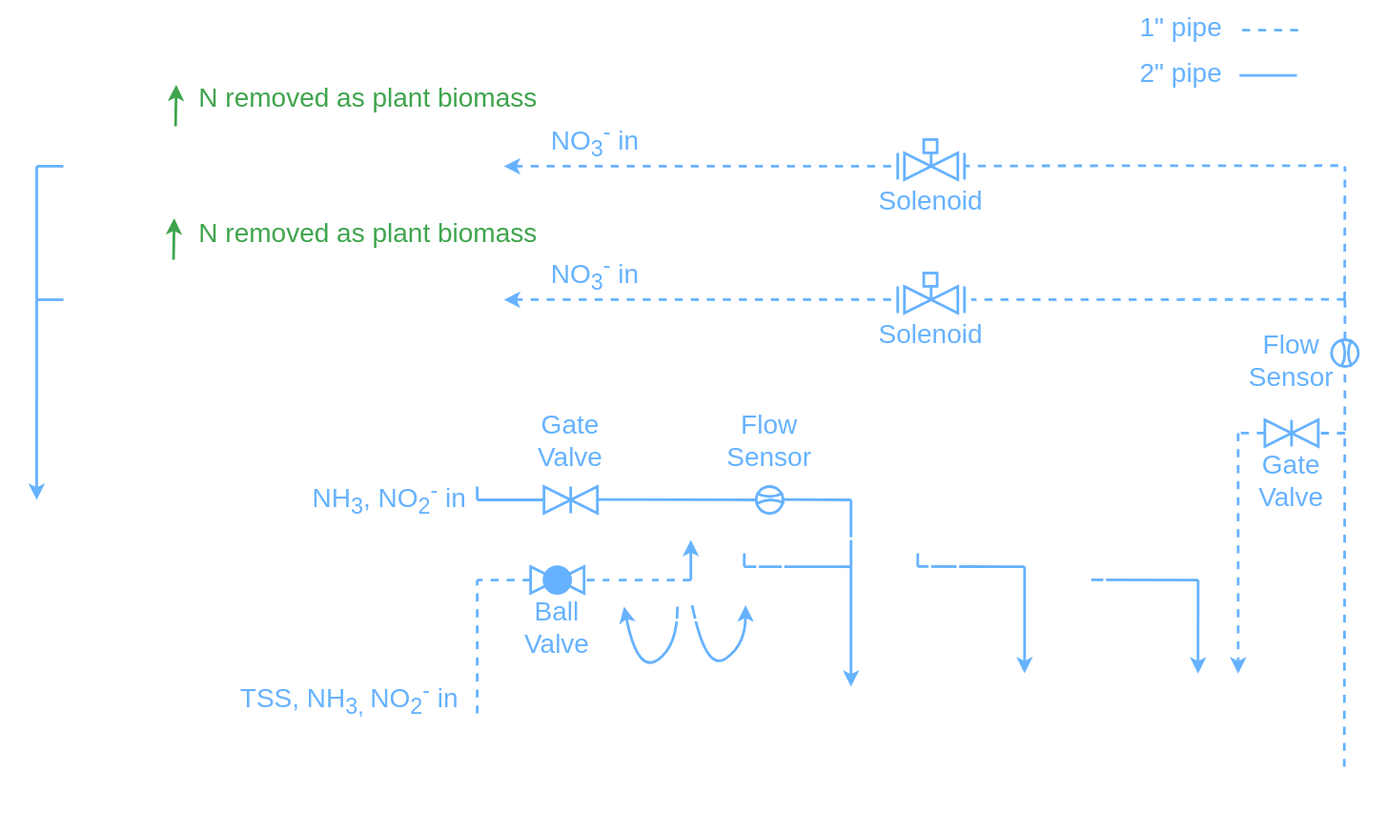
Earlier version of the draw.io export assets/images/autoaqua/plumbing_design.svg (billyen33/billyen33.Github.io). Source tidied: cells renumbered, new cells last; positions are measured from the earlier drawing's top-left corner, leaving out a move shared by most shapes.
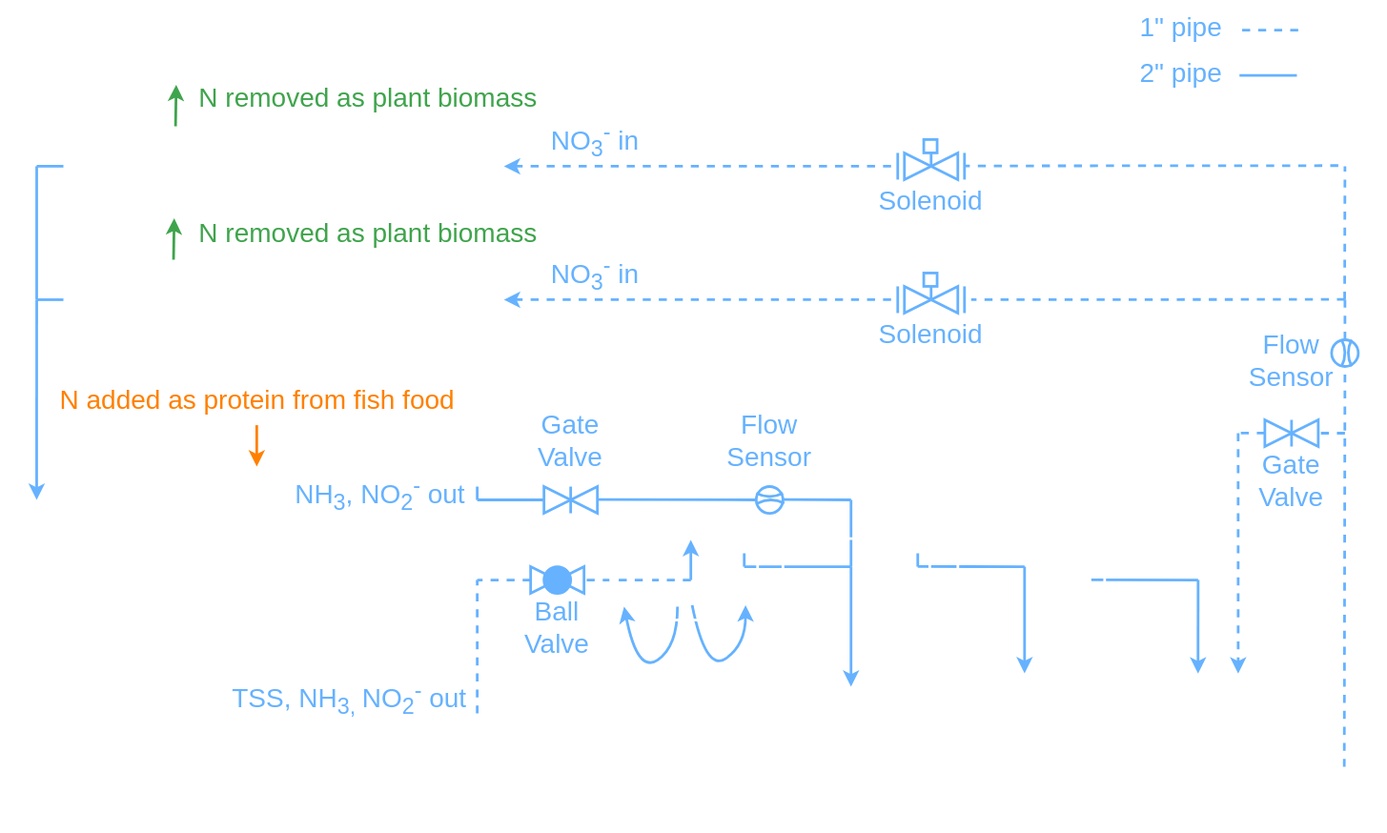
After the commit.

Commit message:
updated plumbing diagram

Diff of the diagram source:
```diff
@@ -600,11 +600,11 @@
     <mxCell id="129" style="ellipse;whiteSpace=wrap;html=1;fillStyle=cross-hatch;strokeColor=#FFFFFF;strokeWidth=2;fontSize=20;fontColor=#66B2FF;fillColor=none;" parent="1" vertex="1">
       <mxGeometry x="778" y="462.5" width="15" height="15" as="geometry" />
     </mxCell>
-    <mxCell id="130" value="&lt;font color=&quot;#66b2ff&quot; style=&quot;font-size: 20px;&quot;&gt;TSS, NH&lt;sub&gt;3,&amp;nbsp;&lt;/sub&gt;NO&lt;sub&gt;2&lt;/sub&gt;&lt;sup&gt;-&lt;/sup&gt; in&lt;/font&gt;" style="text;html=1;strokeColor=none;fillColor=none;align=center;verticalAlign=middle;whiteSpace=wrap;rounded=0;strokeWidth=9;" parent="1" vertex="1">
+    <mxCell id="130" value="&lt;font color=&quot;#66b2ff&quot; style=&quot;font-size: 20px;&quot;&gt;TSS, NH&lt;sub&gt;3,&amp;nbsp;&lt;/sub&gt;NO&lt;sub&gt;2&lt;/sub&gt;&lt;sup&gt;-&lt;/sup&gt;&amp;nbsp;out&lt;/font&gt;" style="text;html=1;strokeColor=none;fillColor=none;align=center;verticalAlign=middle;whiteSpace=wrap;rounded=0;strokeWidth=9;" parent="1" vertex="1">
       <mxGeometry x="142" y="480" width="231" height="77" as="geometry" />
     </mxCell>
-    <mxCell id="131" value="&lt;font color=&quot;#66b2ff&quot; style=&quot;font-size: 20px;&quot;&gt;NH&lt;sub&gt;3&lt;/sub&gt;, NO&lt;sub&gt;2&lt;/sub&gt;&lt;sup&gt;-&lt;/sup&gt; in&lt;/font&gt;" style="text;html=1;strokeColor=none;fillColor=none;align=center;verticalAlign=middle;whiteSpace=wrap;rounded=0;strokeWidth=9;" parent="1" vertex="1">
-      <mxGeometry x="215" y="350" width="145" height="38" as="geometry" />
+    <mxCell id="131" value="&lt;font color=&quot;#66b2ff&quot; style=&quot;font-size: 20px;&quot;&gt;NH&lt;sub&gt;3&lt;/sub&gt;, NO&lt;sub&gt;2&lt;/sub&gt;&lt;sup&gt;-&lt;/sup&gt;&amp;nbsp;out&lt;/font&gt;" style="text;html=1;strokeColor=none;fillColor=none;align=center;verticalAlign=middle;whiteSpace=wrap;rounded=0;strokeWidth=9;" parent="1" vertex="1">
+      <mxGeometry x="208" y="347" width="145" height="38" as="geometry" />
     </mxCell>
     <mxCell id="132" value="&lt;font color=&quot;#66b2ff&quot; style=&quot;font-size: 20px;&quot;&gt;NO&lt;sub&gt;3&lt;/sub&gt;&lt;sup&gt;-&lt;/sup&gt; in&lt;/font&gt;" style="text;html=1;strokeColor=none;fillColor=none;align=center;verticalAlign=middle;whiteSpace=wrap;rounded=0;strokeWidth=9;" parent="1" vertex="1">
       <mxGeometry x="369" y="182" width="145" height="38" as="geometry" />
@@ -675,5 +675,41 @@
     <mxCell id="148" style="rounded=0;whiteSpace=wrap;html=1;fillStyle=solid;strokeColor=#FFFFFF;strokeWidth=2;fontSize=20;fontColor=#000000;fillColor=none;" parent="1" vertex="1">
       <mxGeometry x="483" y="380" width="50" height="80" as="geometry" />
     </mxCell>
+    <mxCell id="149" style="endArrow=classic;html=1;rounded=0;strokeColor=#FF8000;strokeWidth=2;fontSize=20;fontColor=#FFFFFF;exitX=0.25;exitY=0;exitDx=0;exitDy=0;" parent="1" edge="1">
+      <mxGeometry relative="1" as="geometry">
+        <mxPoint x="187.8" y="314" as="sourcePoint" />
+        <mxPoint x="187.8" y="345" as="targetPoint" />
+      </mxGeometry>
+    </mxCell>
+    <mxCell id="150" value="&lt;font color=&quot;#ff8000&quot; style=&quot;font-size: 20px;&quot;&gt;N added as protein from fish food&lt;/font&gt;" style="text;html=1;strokeColor=none;fillColor=none;align=center;verticalAlign=middle;whiteSpace=wrap;rounded=0;strokeWidth=9;" parent="1" vertex="1">
+      <mxGeometry x="35.6" y="275" width="304.8" height="38" as="geometry" />
+    </mxCell>
+    <mxCell id="151" style="group;rotation=5;" parent="1" vertex="1">
+      <mxGeometry x="96" y="462.5" width="48" height="21.5" as="geometry" />
+    </mxCell>
+    <mxCell id="152" style="triangle;whiteSpace=wrap;html=1;strokeColor=#FFFFFF;strokeWidth=2;fontColor=#FF8000;fillColor=none;flipV=0;flipH=1;rounded=0;rotation=5;" parent="151" vertex="1">
+      <mxGeometry x="35" y="7" width="13" height="11" as="geometry" />
+    </mxCell>
+    <mxCell id="153" style="whiteSpace=wrap;html=1;shape=mxgraph.basic.pointed_oval;rounded=1;strokeColor=#FFFFFF;strokeWidth=2;fontColor=#FF8000;fillColor=none;direction=south;rotation=5;" parent="151" vertex="1">
+      <mxGeometry y="-1" width="33" height="21.5" as="geometry" />
+    </mxCell>
+    <mxCell id="154" style="group;" parent="1" vertex="1">
+      <mxGeometry x="147" y="440" width="38" height="13.5" as="geometry" />
+    </mxCell>
+    <mxCell id="155" style="triangle;whiteSpace=wrap;html=1;strokeColor=#FFFFFF;strokeWidth=2;fontColor=#FF8000;fillColor=none;flipV=0;flipH=1;rounded=0;" parent="154" vertex="1">
+      <mxGeometry x="27.7" y="3.3" width="10.3" height="6.9" as="geometry" />
+    </mxCell>
+    <mxCell id="156" style="whiteSpace=wrap;html=1;shape=mxgraph.basic.pointed_oval;rounded=1;strokeColor=#FFFFFF;strokeWidth=2;fontColor=#FF8000;fillColor=none;direction=south;" parent="154" vertex="1">
+      <mxGeometry width="26.1" height="13.5" as="geometry" />
+    </mxCell>
+    <mxCell id="157" style="group;rotation=-15;" parent="1" vertex="1">
+      <mxGeometry x="180" y="462.5" width="48" height="21.5" as="geometry" />
+    </mxCell>
+    <mxCell id="158" style="triangle;whiteSpace=wrap;html=1;strokeColor=#FFFFFF;strokeWidth=2;fontColor=#FF8000;fillColor=none;flipV=0;flipH=1;rounded=0;rotation=-15;" parent="157" vertex="1">
+      <mxGeometry x="34" y="1" width="13" height="11" as="geometry" />
+    </mxCell>
+    <mxCell id="159" style="whiteSpace=wrap;html=1;shape=mxgraph.basic.pointed_oval;rounded=1;strokeColor=#FFFFFF;strokeWidth=2;fontColor=#FF8000;fillColor=none;direction=south;rotation=-15;" parent="157" vertex="1">
+      <mxGeometry y="2" width="33" height="21.5" as="geometry" />
+    </mxCell>
   </root>
 </mxGraphModel>
```
